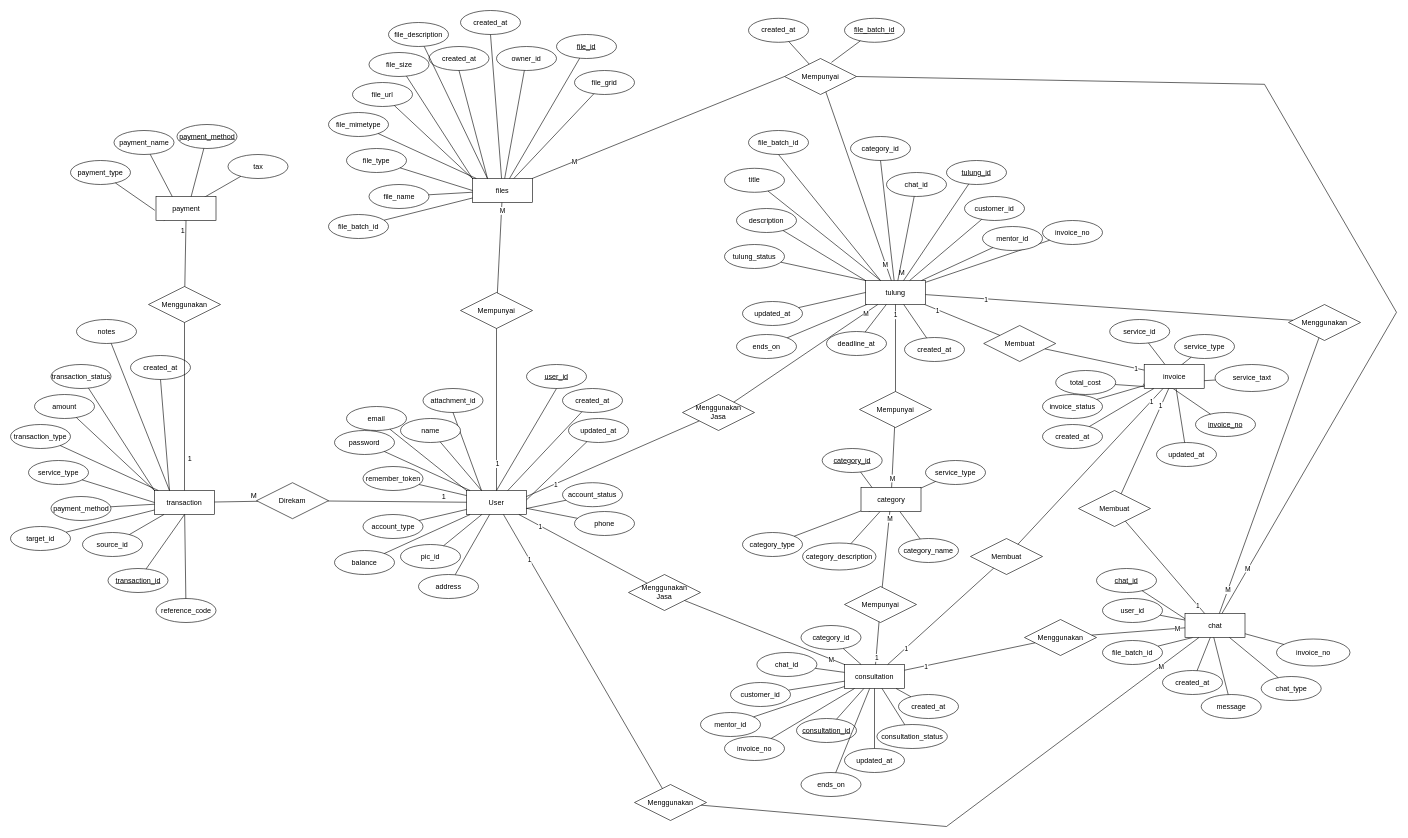
Earlier version of the draw.io diagram page "Page-1" (1 of 2) of resources/ER Diagram KodeMaya.drawio (Erisukmawan/KodeMaya). Source tidied: cells renumbered, new cells numbered last; positions are measured from the earlier drawing's top-left corner, leaving out a move shared by most shapes. Both pictures are drawn from the tidied source at 60%, with x=0, y=0 at pixel (10, 10).
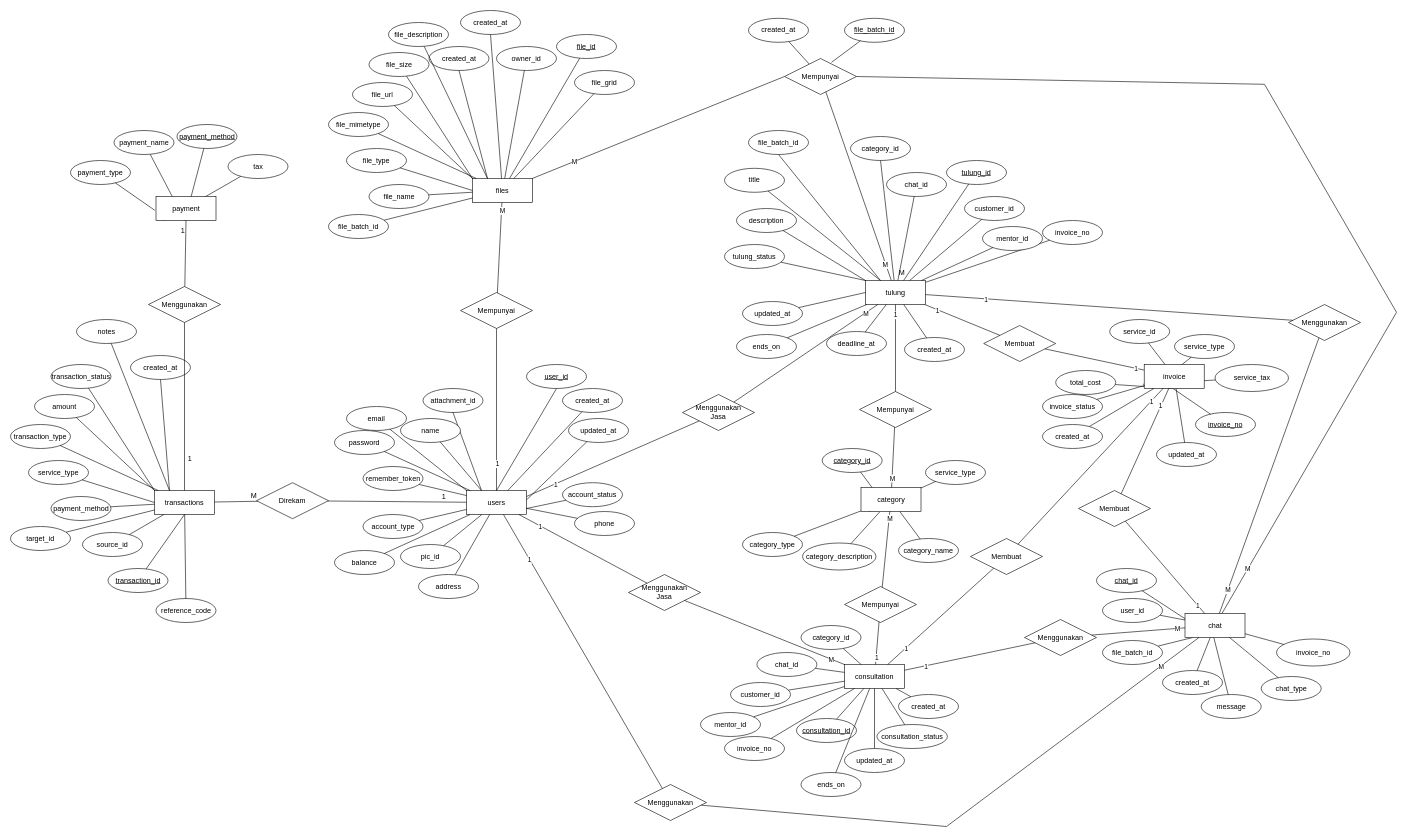
The same page after the edit.

Commit message:
Benerin typo

Diff of the diagram source:
```diff
@@
-    <mxCell id="2" value="User" style="whiteSpace=wrap;html=1;align=center;" parent="1" vertex="1">
+    <mxCell id="2" value="users" style="whiteSpace=wrap;html=1;align=center;" parent="1" vertex="1">
       <mxGeometry x="760" y="800" width="100" height="40" as="geometry" />
     </mxCell>
@@
-    <mxCell id="30" value="transaction" style="whiteSpace=wrap;html=1;align=center;" parent="1" vertex="1">
+    <mxCell id="30" value="transactions" style="whiteSpace=wrap;html=1;align=center;" parent="1" vertex="1">
       <mxGeometry x="240" y="800" width="100" height="40" as="geometry" />
     </mxCell>
@@
-    <mxCell id="199" value="service_taxt" style="ellipse;whiteSpace=wrap;html=1;align=center;" parent="1" vertex="1">
+    <mxCell id="199" value="service_tax" style="ellipse;whiteSpace=wrap;html=1;align=center;" parent="1" vertex="1">
       <mxGeometry x="2007.5" y="590" width="122.5" height="45" as="geometry" />
     </mxCell>
```
